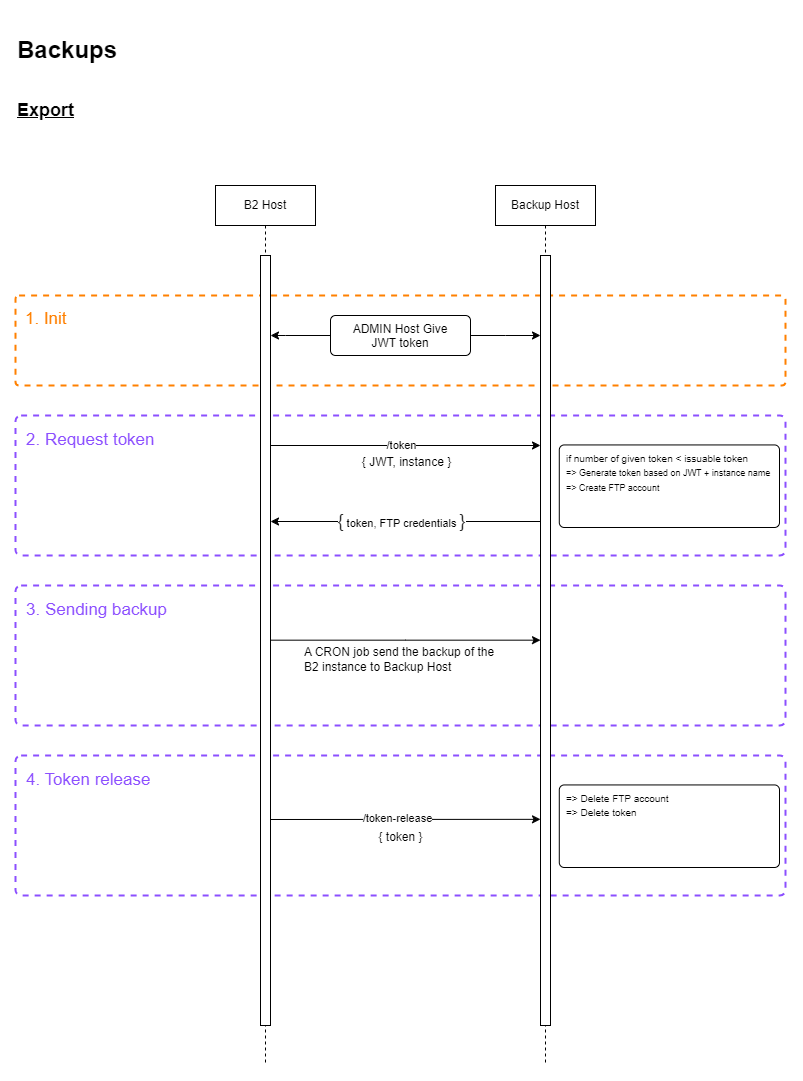
yesbabylon/b2 keeps this draw.io diagram as doc/Backups_process_transparent.png. Above is the earlier version. Source tidied: cells renumbered, new cells last; positions are measured from the earlier drawing's top-left corner, leaving out a move shared by most shapes. Source of this version:
```xml
<mxGraphModel>
  <root>
    <mxCell id="0" />
    <mxCell id="1" parent="0" />
    <mxCell id="2" style="group;" parent="1" vertex="1">
      <mxGeometry y="740" width="770" height="140" as="geometry" />
    </mxCell>
    <mxCell id="3" style="whiteSpace=wrap;html=1;dashed=1;fillColor=none;strokeColor=#8C4FFF;strokeWidth=2;rounded=1;arcSize=4;" parent="2" vertex="1">
      <mxGeometry width="770" height="140" as="geometry" />
    </mxCell>
    <mxCell id="4" value="&lt;font color=&quot;#8c4fff&quot; style=&quot;font-size: 17px;&quot;&gt;4. Token release&lt;/font&gt;" style="text;strokeColor=none;align=left;fillColor=none;html=1;verticalAlign=middle;whiteSpace=wrap;rounded=0;" parent="2" vertex="1">
      <mxGeometry x="8.7" y="2" width="144.2" height="46.7" as="geometry" />
    </mxCell>
    <mxCell id="5" value="{ token }" style="text;html=1;align=center;verticalAlign=middle;strokeColor=none;fillColor=none;" parent="2" vertex="1">
      <mxGeometry x="350" y="67" width="70" height="30" as="geometry" />
    </mxCell>
    <mxCell id="6" style="edgeStyle=elbowEdgeStyle;rounded=0;orthogonalLoop=1;jettySize=auto;html=1;elbow=vertical;curved=0;" parent="2" edge="1">
      <mxGeometry relative="1" as="geometry">
        <mxPoint x="250" y="64" as="sourcePoint" />
        <mxPoint x="525" y="64" as="targetPoint" />
      </mxGeometry>
    </mxCell>
    <mxCell id="7" value="/token-release" style="edgeLabel;html=1;align=center;verticalAlign=middle;" parent="6" vertex="1">
      <mxGeometry x="-0.16" relative="1" as="geometry">
        <mxPoint x="16" y="-1" as="offset" />
      </mxGeometry>
    </mxCell>
    <mxCell id="8" style="group;" parent="1" vertex="1">
      <mxGeometry y="570" width="770" height="140" as="geometry" />
    </mxCell>
    <mxCell id="9" style="whiteSpace=wrap;html=1;dashed=1;fillColor=none;strokeColor=#8C4FFF;strokeWidth=2;rounded=1;arcSize=4;" parent="8" vertex="1">
      <mxGeometry width="770" height="140" as="geometry" />
    </mxCell>
    <mxCell id="10" value="&lt;font color=&quot;#8c4fff&quot; style=&quot;font-size: 17px;&quot;&gt;3. Sending backup&lt;/font&gt;" style="text;strokeColor=none;align=left;fillColor=none;html=1;verticalAlign=middle;whiteSpace=wrap;rounded=0;" parent="8" vertex="1">
      <mxGeometry x="8.7" y="2" width="144.2" height="46.7" as="geometry" />
    </mxCell>
    <mxCell id="11" value="A CRON job send the backup of the&lt;br&gt;B2 instance to Backup Host" style="text;html=1;align=left;verticalAlign=middle;strokeColor=none;fillColor=none;" parent="8" vertex="1">
      <mxGeometry x="287" y="54" width="210" height="40" as="geometry" />
    </mxCell>
    <mxCell id="12" style="group;" parent="1" vertex="1">
      <mxGeometry y="400" width="770" height="140" as="geometry" />
    </mxCell>
    <mxCell id="13" style="whiteSpace=wrap;html=1;dashed=1;fillColor=none;strokeColor=#8C4FFF;strokeWidth=2;rounded=1;arcSize=4;" parent="12" vertex="1">
      <mxGeometry width="770" height="140" as="geometry" />
    </mxCell>
    <mxCell id="14" value="&lt;font color=&quot;#8c4fff&quot; style=&quot;font-size: 17px;&quot;&gt;2. Request token&lt;/font&gt;" style="text;strokeColor=none;align=left;fillColor=none;html=1;verticalAlign=middle;whiteSpace=wrap;rounded=0;" parent="12" vertex="1">
      <mxGeometry x="8.7" y="2" width="144.2" height="46.7" as="geometry" />
    </mxCell>
    <mxCell id="15" value="{ JWT, instance }" style="text;html=1;align=center;verticalAlign=middle;strokeColor=none;fillColor=none;" parent="12" vertex="1">
      <mxGeometry x="336.2" y="32.4" width="110" height="30" as="geometry" />
    </mxCell>
    <mxCell id="16" value="&lt;font style=&quot;font-size: 10px;&quot;&gt;if number of given token &amp;lt; issuable token&lt;br&gt;&lt;/font&gt;&lt;font style=&quot;font-size: 9px;&quot;&gt;=&amp;gt; Generate token based on JWT + instance name&lt;br&gt;=&amp;gt; Create FTP account&lt;/font&gt;" style="html=1;align=left;verticalAlign=top;rounded=1;absoluteArcSize=1;arcSize=10;dashed=0;whiteSpace=wrap;spacingLeft=5;" parent="12" vertex="1">
      <mxGeometry x="543.8" y="29.4" width="220.2" height="82.6" as="geometry" />
    </mxCell>
    <mxCell id="17" style="group;" parent="1" vertex="1">
      <mxGeometry y="280" width="770" height="90" as="geometry" />
    </mxCell>
    <mxCell id="18" style="whiteSpace=wrap;html=1;dashed=1;fillColor=none;strokeColor=#FF8000;strokeWidth=2;rounded=1;arcSize=4;fontColor=#FF8000;" parent="17" vertex="1">
      <mxGeometry width="770" height="90" as="geometry" />
    </mxCell>
    <mxCell id="19" value="&lt;font color=&quot;#ff8000&quot; style=&quot;font-size: 17px;&quot;&gt;1. Init&lt;/font&gt;" style="text;strokeColor=none;align=left;fillColor=none;html=1;verticalAlign=middle;whiteSpace=wrap;rounded=0;" parent="17" vertex="1">
      <mxGeometry x="7.6" y="9" width="65.1" height="30" as="geometry" />
    </mxCell>
    <mxCell id="20" value="B2 Host" style="shape=umlLifeline;perimeter=lifelinePerimeter;whiteSpace=wrap;html=1;newEdgeStyle={&quot;edgeStyle&quot;:&quot;elbowEdgeStyle&quot;,&quot;elbow&quot;:&quot;vertical&quot;,&quot;curved&quot;:0,&quot;rounded&quot;:0};" parent="1" vertex="1">
      <mxGeometry x="200" y="170" width="100" height="880" as="geometry" />
    </mxCell>
    <mxCell id="21" style="html=1;points=[];perimeter=orthogonalPerimeter;outlineConnect=0;targetShapes=umlLifeline;portConstraint=eastwest;newEdgeStyle={&quot;edgeStyle&quot;:&quot;elbowEdgeStyle&quot;,&quot;elbow&quot;:&quot;vertical&quot;,&quot;curved&quot;:0,&quot;rounded&quot;:0};fillColor=default;" parent="20" vertex="1">
      <mxGeometry x="45" y="70" width="10" height="770" as="geometry" />
    </mxCell>
    <mxCell id="22" value="Backup Host" style="shape=umlLifeline;perimeter=lifelinePerimeter;whiteSpace=wrap;html=1;newEdgeStyle={&quot;edgeStyle&quot;:&quot;elbowEdgeStyle&quot;,&quot;elbow&quot;:&quot;vertical&quot;,&quot;curved&quot;:0,&quot;rounded&quot;:0};" parent="1" vertex="1">
      <mxGeometry x="480" y="170" width="100" height="880" as="geometry" />
    </mxCell>
    <mxCell id="23" style="html=1;points=[];perimeter=orthogonalPerimeter;outlineConnect=0;targetShapes=umlLifeline;portConstraint=eastwest;newEdgeStyle={&quot;edgeStyle&quot;:&quot;elbowEdgeStyle&quot;,&quot;elbow&quot;:&quot;vertical&quot;,&quot;curved&quot;:0,&quot;rounded&quot;:0};" parent="22" vertex="1">
      <mxGeometry x="45" y="70" width="10" height="770" as="geometry" />
    </mxCell>
    <mxCell id="24" style="edgeStyle=orthogonalEdgeStyle;rounded=0;jettySize=auto;html=1;" parent="1" edge="1" source="26" target="23">
      <mxGeometry relative="1" as="geometry">
        <Array as="points">
          <mxPoint x="490" y="320" />
          <mxPoint x="490" y="320" />
        </Array>
      </mxGeometry>
    </mxCell>
    <mxCell id="25" style="edgeStyle=orthogonalEdgeStyle;rounded=0;jettySize=auto;html=1;" parent="1" edge="1" source="26" target="21">
      <mxGeometry relative="1" as="geometry">
        <Array as="points">
          <mxPoint x="270" y="320" />
          <mxPoint x="270" y="320" />
        </Array>
      </mxGeometry>
    </mxCell>
    <mxCell id="26" value="ADMIN Host Give&lt;br&gt;JWT token" style="html=1;align=center;verticalAlign=top;rounded=1;absoluteArcSize=1;arcSize=10;dashed=0;whiteSpace=wrap;" parent="1" vertex="1">
      <mxGeometry x="315" y="300" width="140" height="40" as="geometry" />
    </mxCell>
    <mxCell id="27" style="edgeStyle=elbowEdgeStyle;rounded=0;jettySize=auto;html=1;elbow=vertical;curved=0;" parent="1" edge="1" source="21" target="23">
      <mxGeometry relative="1" as="geometry">
        <Array as="points">
          <mxPoint x="380" y="430" />
        </Array>
      </mxGeometry>
    </mxCell>
    <mxCell id="28" value="/token" style="edgeLabel;html=1;align=center;verticalAlign=middle;" parent="27" vertex="1">
      <mxGeometry x="0.07" relative="1" as="geometry">
        <mxPoint x="-14" as="offset" />
      </mxGeometry>
    </mxCell>
    <mxCell id="29" style="edgeStyle=elbowEdgeStyle;rounded=0;jettySize=auto;html=1;elbow=vertical;curved=0;endArrow=none;endFill=0;startArrow=classic;startFill=1;" parent="1" edge="1" source="21" target="23">
      <mxGeometry relative="1" as="geometry">
        <Array as="points">
          <mxPoint x="406.7" y="506" />
        </Array>
      </mxGeometry>
    </mxCell>
    <mxCell id="30" value="&lt;font style=&quot;font-size: 18px;&quot;&gt;{&lt;/font&gt; token, FTP credentials &lt;font style=&quot;font-size: 18px;&quot;&gt;}&lt;/font&gt;" style="edgeLabel;html=1;align=center;verticalAlign=middle;" parent="29" vertex="1">
      <mxGeometry x="-0.05" relative="1" as="geometry">
        <mxPoint x="2" as="offset" />
      </mxGeometry>
    </mxCell>
    <mxCell id="31" style="edgeStyle=elbowEdgeStyle;rounded=0;jettySize=auto;html=1;elbow=vertical;curved=0;" parent="1" edge="1" source="21" target="23">
      <mxGeometry relative="1" as="geometry" />
    </mxCell>
    <mxCell id="32" value="&lt;span style=&quot;font-size: 10px;&quot;&gt;=&amp;gt; Delete FTP account&lt;/span&gt;&lt;div&gt;&lt;span style=&quot;font-size: 10px;&quot;&gt;=&amp;gt; Delete token&lt;/span&gt;&lt;/div&gt;" style="html=1;align=left;verticalAlign=top;rounded=1;absoluteArcSize=1;arcSize=10;dashed=0;whiteSpace=wrap;spacingLeft=5;" parent="1" vertex="1">
      <mxGeometry x="543.8" y="769.4" width="220.2" height="82.6" as="geometry" />
    </mxCell>
    <mxCell id="33" value="&lt;h1&gt;Backups&lt;/h1&gt;" style="text;html=1;align=left;verticalAlign=middle;strokeColor=none;fillColor=none;" parent="1" vertex="1">
      <mxGeometry width="120" height="70" as="geometry" />
    </mxCell>
    <mxCell id="34" value="&lt;h2&gt;Export&lt;/h2&gt;" style="text;html=1;align=left;verticalAlign=middle;strokeColor=none;fillColor=none;fontStyle=4;" parent="1" vertex="1">
      <mxGeometry y="65" width="80" height="60" as="geometry" />
    </mxCell>
  </root>
</mxGraphModel>
```
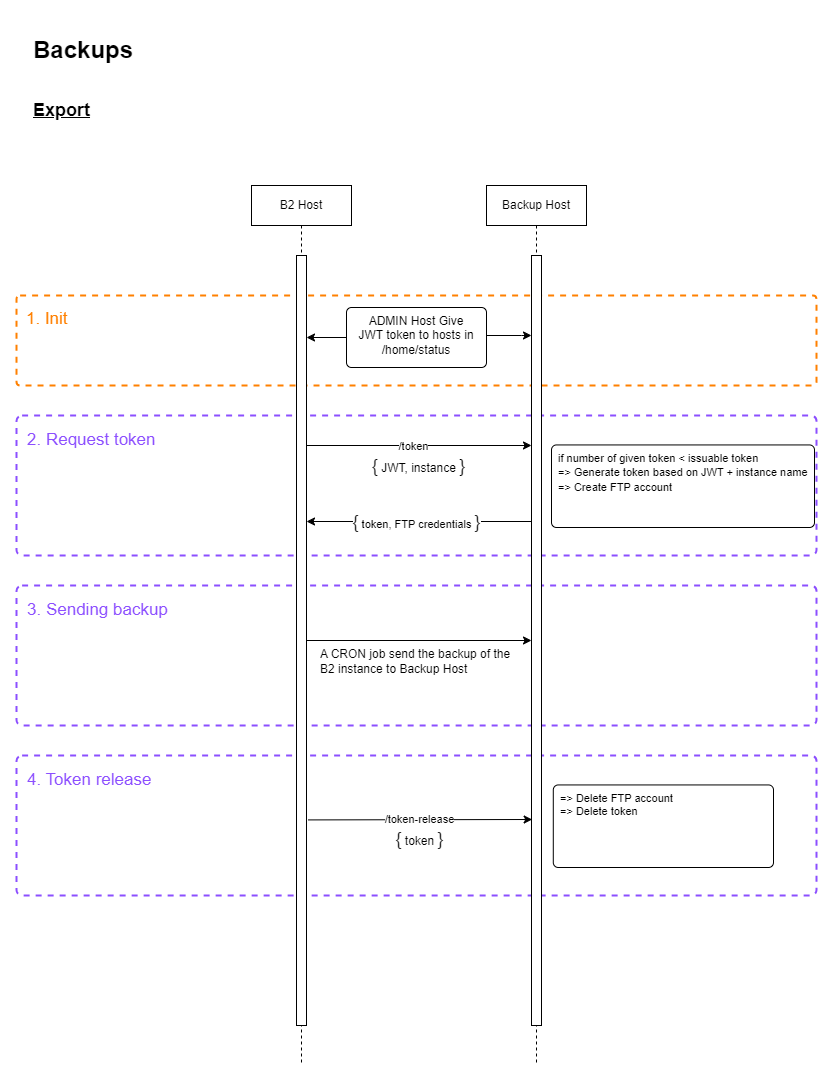
The same diagram one commit later.

Commit message:
Added backup process diagram and images

Change to the diagram source:
```diff
@@ -3,72 +3,61 @@
     <mxCell id="0" />
     <mxCell id="1" parent="0" />
     <mxCell id="2" style="group;" parent="1" vertex="1">
-      <mxGeometry y="740" width="770" height="140" as="geometry" />
+      <mxGeometry x="-15" y="740" width="800" height="140" as="geometry" />
     </mxCell>
     <mxCell id="3" style="whiteSpace=wrap;html=1;dashed=1;fillColor=none;strokeColor=#8C4FFF;strokeWidth=2;rounded=1;arcSize=4;" parent="2" vertex="1">
-      <mxGeometry width="770" height="140" as="geometry" />
+      <mxGeometry width="800" height="140" as="geometry" />
     </mxCell>
     <mxCell id="4" value="&lt;font color=&quot;#8c4fff&quot; style=&quot;font-size: 17px;&quot;&gt;4. Token release&lt;/font&gt;" style="text;strokeColor=none;align=left;fillColor=none;html=1;verticalAlign=middle;whiteSpace=wrap;rounded=0;" parent="2" vertex="1">
-      <mxGeometry x="8.7" y="2" width="144.2" height="46.7" as="geometry" />
+      <mxGeometry x="9" y="2" width="149.9" height="46.7" as="geometry" />
     </mxCell>
-    <mxCell id="5" value="{ token }" style="text;html=1;align=center;verticalAlign=middle;strokeColor=none;fillColor=none;" parent="2" vertex="1">
-      <mxGeometry x="350" y="67" width="70" height="30" as="geometry" />
+    <mxCell id="5" value="&lt;font style=&quot;font-size: 18px;&quot;&gt;{&lt;/font&gt; token &lt;font style=&quot;font-size: 18px;&quot;&gt;}&lt;/font&gt;" style="text;html=1;align=center;verticalAlign=middle;strokeColor=none;fillColor=none;" parent="2" vertex="1">
+      <mxGeometry x="367.6" y="64" width="70" height="40" as="geometry" />
     </mxCell>
-    <mxCell id="6" style="edgeStyle=elbowEdgeStyle;rounded=0;orthogonalLoop=1;jettySize=auto;html=1;elbow=vertical;curved=0;" parent="2" edge="1">
-      <mxGeometry relative="1" as="geometry">
-        <mxPoint x="250" y="64" as="sourcePoint" />
-        <mxPoint x="525" y="64" as="targetPoint" />
-      </mxGeometry>
-    </mxCell>
-    <mxCell id="7" value="/token-release" style="edgeLabel;html=1;align=center;verticalAlign=middle;" parent="6" vertex="1">
-      <mxGeometry x="-0.16" relative="1" as="geometry">
-        <mxPoint x="16" y="-1" as="offset" />
-      </mxGeometry>
-    </mxCell>
     <mxCell id="8" style="group;" parent="1" vertex="1">
-      <mxGeometry y="570" width="770" height="140" as="geometry" />
+      <mxGeometry x="-15" y="570" width="800" height="140" as="geometry" />
     </mxCell>
     <mxCell id="9" style="whiteSpace=wrap;html=1;dashed=1;fillColor=none;strokeColor=#8C4FFF;strokeWidth=2;rounded=1;arcSize=4;" parent="8" vertex="1">
-      <mxGeometry width="770" height="140" as="geometry" />
+      <mxGeometry width="800" height="140" as="geometry" />
     </mxCell>
     <mxCell id="10" value="&lt;font color=&quot;#8c4fff&quot; style=&quot;font-size: 17px;&quot;&gt;3. Sending backup&lt;/font&gt;" style="text;strokeColor=none;align=left;fillColor=none;html=1;verticalAlign=middle;whiteSpace=wrap;rounded=0;" parent="8" vertex="1">
-      <mxGeometry x="8.7" y="2" width="144.2" height="46.7" as="geometry" />
+      <mxGeometry x="9" y="2" width="149.9" height="46.7" as="geometry" />
     </mxCell>
     <mxCell id="11" value="A CRON job send the backup of the&lt;br&gt;B2 instance to Backup Host" style="text;html=1;align=left;verticalAlign=middle;strokeColor=none;fillColor=none;" parent="8" vertex="1">
-      <mxGeometry x="287" y="54" width="210" height="40" as="geometry" />
+      <mxGeometry x="302.2" y="56" width="210" height="40" as="geometry" />
     </mxCell>
     <mxCell id="12" style="group;" parent="1" vertex="1">
-      <mxGeometry y="400" width="770" height="140" as="geometry" />
+      <mxGeometry x="-15" y="400" width="800" height="140" as="geometry" />
     </mxCell>
     <mxCell id="13" style="whiteSpace=wrap;html=1;dashed=1;fillColor=none;strokeColor=#8C4FFF;strokeWidth=2;rounded=1;arcSize=4;" parent="12" vertex="1">
-      <mxGeometry width="770" height="140" as="geometry" />
+      <mxGeometry width="800" height="140" as="geometry" />
     </mxCell>
     <mxCell id="14" value="&lt;font color=&quot;#8c4fff&quot; style=&quot;font-size: 17px;&quot;&gt;2. Request token&lt;/font&gt;" style="text;strokeColor=none;align=left;fillColor=none;html=1;verticalAlign=middle;whiteSpace=wrap;rounded=0;" parent="12" vertex="1">
-      <mxGeometry x="8.7" y="2" width="144.2" height="46.7" as="geometry" />
+      <mxGeometry x="9" y="2" width="149.9" height="46.7" as="geometry" />
     </mxCell>
-    <mxCell id="15" value="{ JWT, instance }" style="text;html=1;align=center;verticalAlign=middle;strokeColor=none;fillColor=none;" parent="12" vertex="1">
-      <mxGeometry x="336.2" y="32.4" width="110" height="30" as="geometry" />
+    <mxCell id="15" value="&lt;font style=&quot;font-size: 18px;&quot;&gt;{&lt;/font&gt; JWT, instance &lt;font style=&quot;font-size: 18px;&quot;&gt;}&lt;/font&gt;" style="text;html=1;align=center;verticalAlign=middle;strokeColor=none;fillColor=none;" parent="12" vertex="1">
+      <mxGeometry x="342.3" y="31.4" width="120" height="40" as="geometry" />
     </mxCell>
-    <mxCell id="16" value="&lt;font style=&quot;font-size: 10px;&quot;&gt;if number of given token &amp;lt; issuable token&lt;br&gt;&lt;/font&gt;&lt;font style=&quot;font-size: 9px;&quot;&gt;=&amp;gt; Generate token based on JWT + instance name&lt;br&gt;=&amp;gt; Create FTP account&lt;/font&gt;" style="html=1;align=left;verticalAlign=top;rounded=1;absoluteArcSize=1;arcSize=10;dashed=0;whiteSpace=wrap;spacingLeft=5;" parent="12" vertex="1">
-      <mxGeometry x="543.8" y="29.4" width="220.2" height="82.6" as="geometry" />
+    <mxCell id="16" value="&lt;font style=&quot;font-size: 11px;&quot;&gt;&lt;font style=&quot;font-size: 11px;&quot;&gt;if number of given token &amp;lt; issuable token&lt;br&gt;&lt;/font&gt;&lt;font style=&quot;font-size: 11px;&quot;&gt;=&amp;gt; Generate token based on JWT + instance name&lt;br&gt;=&amp;gt; Create FTP account&lt;/font&gt;&lt;/font&gt;" style="html=1;align=left;verticalAlign=top;rounded=1;absoluteArcSize=1;arcSize=10;dashed=0;whiteSpace=wrap;spacingLeft=5;" parent="12" vertex="1">
+      <mxGeometry x="535" y="29.4" width="263" height="82.6" as="geometry" />
     </mxCell>
     <mxCell id="17" style="group;" parent="1" vertex="1">
-      <mxGeometry y="280" width="770" height="90" as="geometry" />
+      <mxGeometry x="-15" y="280" width="800" height="90" as="geometry" />
     </mxCell>
     <mxCell id="18" style="whiteSpace=wrap;html=1;dashed=1;fillColor=none;strokeColor=#FF8000;strokeWidth=2;rounded=1;arcSize=4;fontColor=#FF8000;" parent="17" vertex="1">
-      <mxGeometry width="770" height="90" as="geometry" />
+      <mxGeometry width="800" height="90" as="geometry" />
     </mxCell>
     <mxCell id="19" value="&lt;font color=&quot;#ff8000&quot; style=&quot;font-size: 17px;&quot;&gt;1. Init&lt;/font&gt;" style="text;strokeColor=none;align=left;fillColor=none;html=1;verticalAlign=middle;whiteSpace=wrap;rounded=0;" parent="17" vertex="1">
-      <mxGeometry x="7.6" y="9" width="65.1" height="30" as="geometry" />
+      <mxGeometry x="7.9" y="9" width="67.6" height="30" as="geometry" />
     </mxCell>
     <mxCell id="20" value="B2 Host" style="shape=umlLifeline;perimeter=lifelinePerimeter;whiteSpace=wrap;html=1;newEdgeStyle={&quot;edgeStyle&quot;:&quot;elbowEdgeStyle&quot;,&quot;elbow&quot;:&quot;vertical&quot;,&quot;curved&quot;:0,&quot;rounded&quot;:0};" parent="1" vertex="1">
-      <mxGeometry x="200" y="170" width="100" height="880" as="geometry" />
+      <mxGeometry x="220" y="170" width="100" height="880" as="geometry" />
     </mxCell>
     <mxCell id="21" style="html=1;points=[];perimeter=orthogonalPerimeter;outlineConnect=0;targetShapes=umlLifeline;portConstraint=eastwest;newEdgeStyle={&quot;edgeStyle&quot;:&quot;elbowEdgeStyle&quot;,&quot;elbow&quot;:&quot;vertical&quot;,&quot;curved&quot;:0,&quot;rounded&quot;:0};fillColor=default;" parent="20" vertex="1">
       <mxGeometry x="45" y="70" width="10" height="770" as="geometry" />
     </mxCell>
     <mxCell id="22" value="Backup Host" style="shape=umlLifeline;perimeter=lifelinePerimeter;whiteSpace=wrap;html=1;newEdgeStyle={&quot;edgeStyle&quot;:&quot;elbowEdgeStyle&quot;,&quot;elbow&quot;:&quot;vertical&quot;,&quot;curved&quot;:0,&quot;rounded&quot;:0};" parent="1" vertex="1">
-      <mxGeometry x="480" y="170" width="100" height="880" as="geometry" />
+      <mxGeometry x="455" y="170" width="100" height="880" as="geometry" />
     </mxCell>
     <mxCell id="23" style="html=1;points=[];perimeter=orthogonalPerimeter;outlineConnect=0;targetShapes=umlLifeline;portConstraint=eastwest;newEdgeStyle={&quot;edgeStyle&quot;:&quot;elbowEdgeStyle&quot;,&quot;elbow&quot;:&quot;vertical&quot;,&quot;curved&quot;:0,&quot;rounded&quot;:0};" parent="22" vertex="1">
       <mxGeometry x="45" y="70" width="10" height="770" as="geometry" />
@@ -89,8 +78,8 @@
         </Array>
       </mxGeometry>
     </mxCell>
-    <mxCell id="26" value="ADMIN Host Give&lt;br&gt;JWT token" style="html=1;align=center;verticalAlign=top;rounded=1;absoluteArcSize=1;arcSize=10;dashed=0;whiteSpace=wrap;" parent="1" vertex="1">
-      <mxGeometry x="315" y="300" width="140" height="40" as="geometry" />
+    <mxCell id="26" value="ADMIN Host Give&lt;br&gt;JWT token to hosts in&lt;br&gt;/home/status" style="html=1;align=center;verticalAlign=top;rounded=1;absoluteArcSize=1;arcSize=10;dashed=0;whiteSpace=wrap;" parent="1" vertex="1">
+      <mxGeometry x="315" y="292" width="140" height="60" as="geometry" />
     </mxCell>
     <mxCell id="27" style="edgeStyle=elbowEdgeStyle;rounded=0;jettySize=auto;html=1;elbow=vertical;curved=0;" parent="1" edge="1" source="21" target="23">
       <mxGeometry relative="1" as="geometry">
@@ -119,8 +108,8 @@
     <mxCell id="31" style="edgeStyle=elbowEdgeStyle;rounded=0;jettySize=auto;html=1;elbow=vertical;curved=0;" parent="1" edge="1" source="21" target="23">
       <mxGeometry relative="1" as="geometry" />
     </mxCell>
-    <mxCell id="32" value="&lt;span style=&quot;font-size: 10px;&quot;&gt;=&amp;gt; Delete FTP account&lt;/span&gt;&lt;div&gt;&lt;span style=&quot;font-size: 10px;&quot;&gt;=&amp;gt; Delete token&lt;/span&gt;&lt;/div&gt;" style="html=1;align=left;verticalAlign=top;rounded=1;absoluteArcSize=1;arcSize=10;dashed=0;whiteSpace=wrap;spacingLeft=5;" parent="1" vertex="1">
-      <mxGeometry x="543.8" y="769.4" width="220.2" height="82.6" as="geometry" />
+    <mxCell id="32" value="&lt;font style=&quot;font-size: 11px;&quot;&gt;=&amp;gt; Delete FTP account&lt;/font&gt;&lt;div style=&quot;font-size: 11px;&quot;&gt;&lt;font style=&quot;font-size: 11px;&quot;&gt;=&amp;gt; Delete token&lt;/font&gt;&lt;/div&gt;" style="html=1;align=left;verticalAlign=top;rounded=1;absoluteArcSize=1;arcSize=10;dashed=0;whiteSpace=wrap;spacingLeft=5;" parent="1" vertex="1">
+      <mxGeometry x="521.8" y="769.4" width="220.2" height="82.6" as="geometry" />
     </mxCell>
     <mxCell id="33" value="&lt;h1&gt;Backups&lt;/h1&gt;" style="text;html=1;align=left;verticalAlign=middle;strokeColor=none;fillColor=none;" parent="1" vertex="1">
       <mxGeometry width="120" height="70" as="geometry" />
@@ -128,5 +117,13 @@
     <mxCell id="34" value="&lt;h2&gt;Export&lt;/h2&gt;" style="text;html=1;align=left;verticalAlign=middle;strokeColor=none;fillColor=none;fontStyle=4;" parent="1" vertex="1">
       <mxGeometry y="65" width="80" height="60" as="geometry" />
     </mxCell>
+    <mxCell id="6" style="edgeStyle=elbowEdgeStyle;rounded=0;jettySize=auto;html=1;elbow=vertical;curved=0;entryX=0.067;entryY=0.732;entryDx=0;entryDy=0;entryPerimeter=0;exitX=1.19;exitY=0.733;exitDx=0;exitDy=0;exitPerimeter=0;" parent="1" edge="1" source="21" target="23">
+      <mxGeometry relative="1" as="geometry" />
+    </mxCell>
+    <mxCell id="7" value="/token-release" style="edgeLabel;html=1;align=center;verticalAlign=middle;" parent="6" vertex="1">
+      <mxGeometry x="-0.16" relative="1" as="geometry">
+        <mxPoint x="16" y="-1" as="offset" />
+      </mxGeometry>
+    </mxCell>
   </root>
 </mxGraphModel>
```
